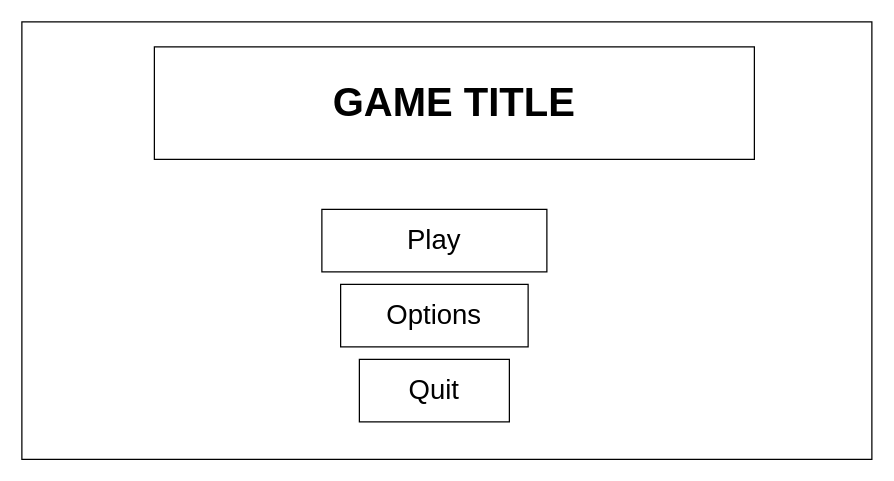
Before: page "MainMenuUI" (3 of 16) of docs/Quest.drawio in rif746/AlgosQuest, a draw.io diagram. Source tidied: cells renumbered, new cells numbered last; positions are measured from the earlier drawing's top-left corner, leaving out a move shared by most shapes. Both pictures are drawn from the tidied source at 125%, with x=0, y=0 at pixel (21, 21).
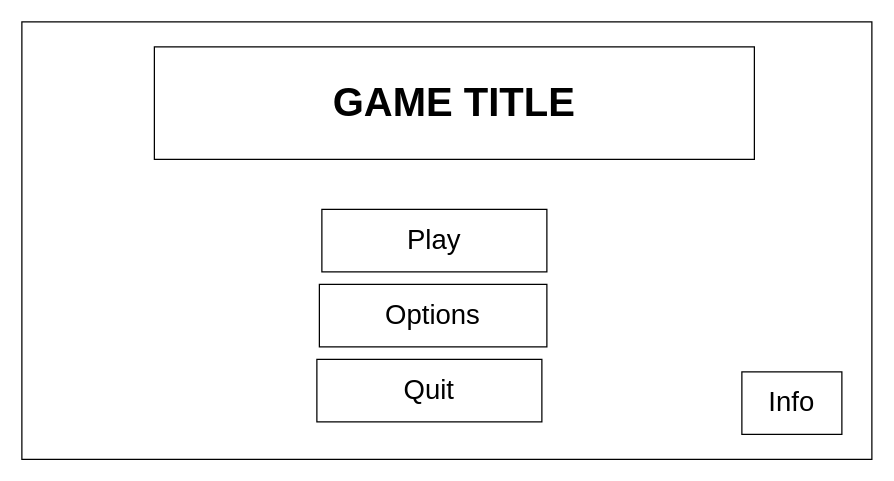
The same page after the edit.

Change to the diagram source:
```diff
@@
 <mxGraphModel>
   <root>
     <mxCell id="0" />
     <mxCell id="1" parent="0" />
     <mxCell id="2" style="rounded=0;whiteSpace=wrap;html=1;" parent="1" vertex="1">
       <mxGeometry width="680" height="350" as="geometry" />
     </mxCell>
     <mxCell id="3" value="Play" style="rounded=0;whiteSpace=wrap;html=1;fontSize=22;" parent="1" vertex="1">
       <mxGeometry x="240" y="150" width="180" height="50" as="geometry" />
     </mxCell>
     <mxCell id="4" value="Options" style="rounded=0;whiteSpace=wrap;html=1;fontSize=22;" parent="1" vertex="1">
-      <mxGeometry x="255" y="210" width="150" height="50" as="geometry" />
+      <mxGeometry x="238" y="210" width="182" height="50" as="geometry" />
     </mxCell>
     <mxCell id="5" value="Quit" style="rounded=0;whiteSpace=wrap;html=1;fontSize=22;" parent="1" vertex="1">
-      <mxGeometry x="270" y="270" width="120" height="50" as="geometry" />
+      <mxGeometry x="236" y="270" width="180" height="50" as="geometry" />
     </mxCell>
     <mxCell id="6" value="GAME TITLE" style="rounded=0;whiteSpace=wrap;html=1;fontStyle=1;fontSize=32;" parent="1" vertex="1">
       <mxGeometry x="106" y="20" width="480" height="90" as="geometry" />
     </mxCell>
+    <mxCell id="7" value="Info" style="rounded=0;whiteSpace=wrap;html=1;fontSize=22;" parent="1" vertex="1">
+      <mxGeometry x="576" y="280" width="80" height="50" as="geometry" />
+    </mxCell>
   </root>
 </mxGraphModel>
```
